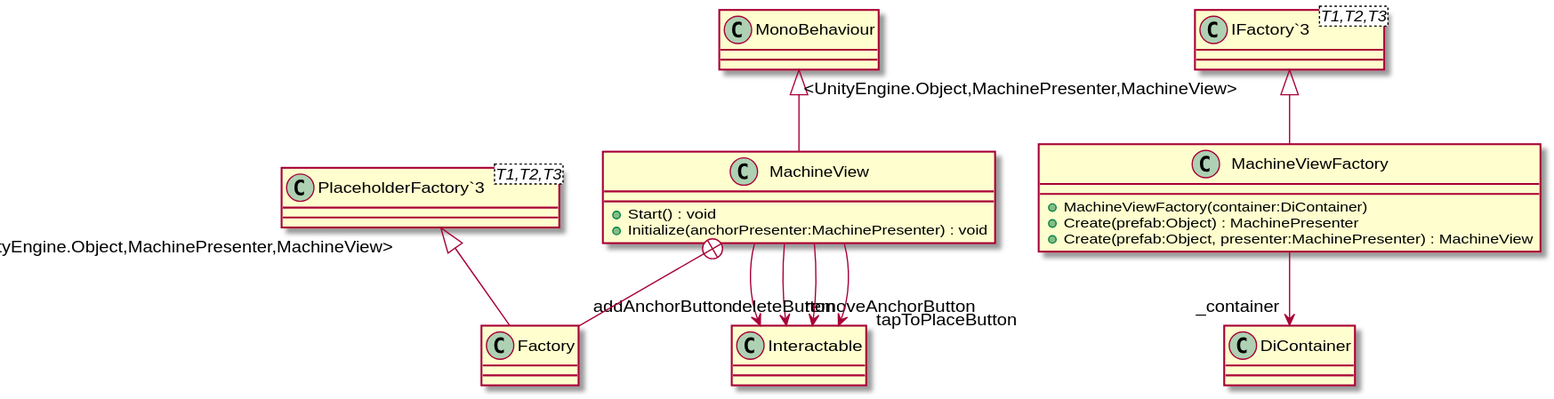
DeNatur/ProductionFloorVisualization keeps this PlantUML diagram as UML/views/MachineView.svg. Above is the earlier version.
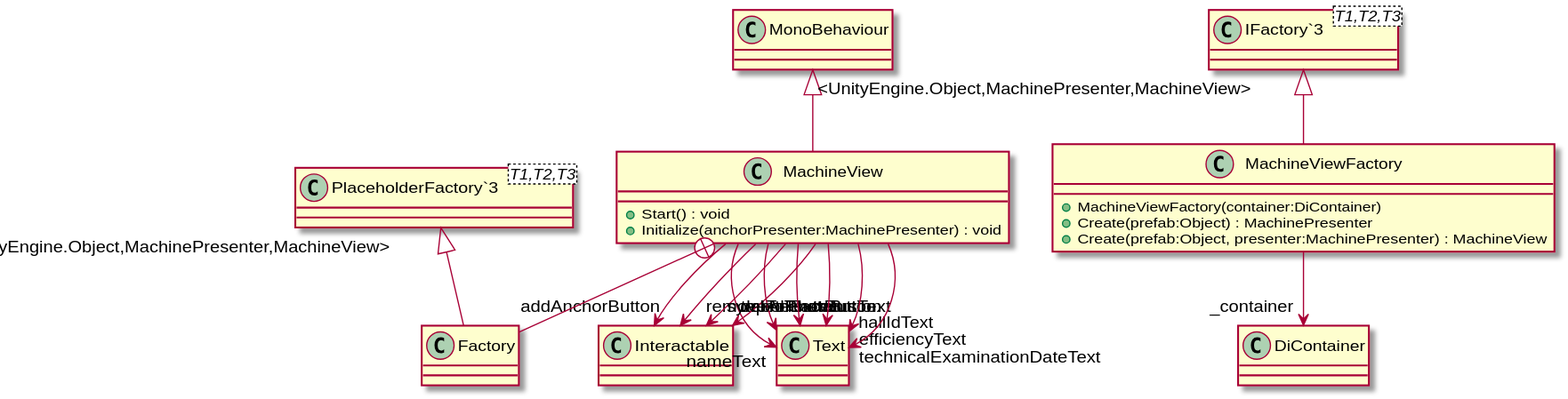
After the change.

Diff of the diagram source:
```diff
@@ -18,6 +18,12 @@
 MachineView --> "addAnchorButton" Interactable
 MachineView --> "removeAnchorButton" Interactable
 MachineView --> "tapToPlaceButton" Interactable
+MachineView --> "nameText" Text
+MachineView --> "symbolText" Text
+MachineView --> "statusText" Text
+MachineView --> "hallIdText" Text
+MachineView --> "efficiencyText" Text
+MachineView --> "technicalExaminationDateText" Text
 MachineView --> "deleteButton" Interactable
 "IFactory`3" "<UnityEngine.Object,MachinePresenter,MachineView>" <|-- MachineViewFactory
 MachineViewFactory --> "_container" DiContainer
```
